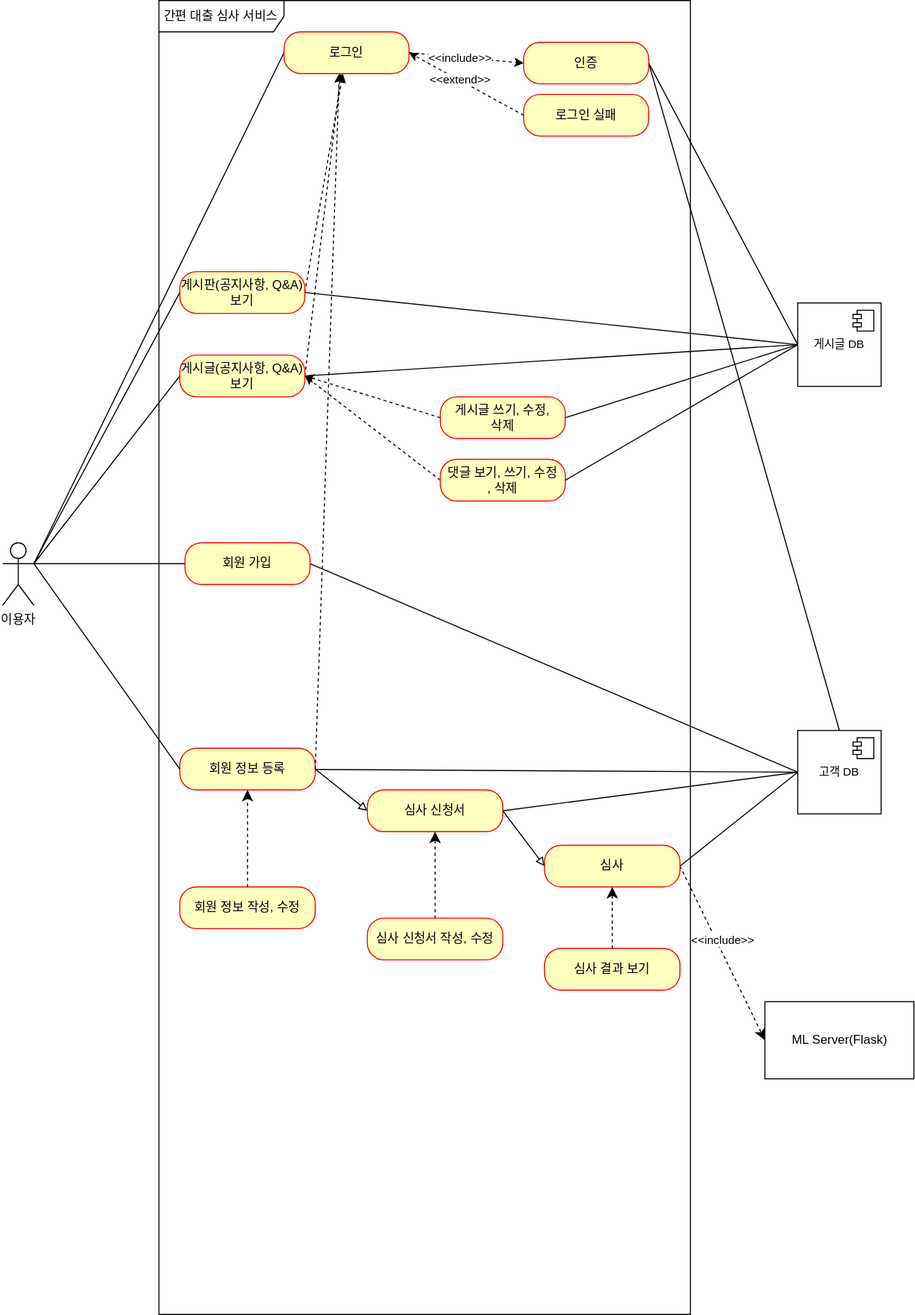
Above: document/할부금융 usecase.drawio.svg in MasterOfAglioEolio/auto-loan-project (draw.io), before the change. Source tidied: cells renumbered, new cells last; positions are measured from the earlier drawing's top-left corner, leaving out a move shared by most shapes.
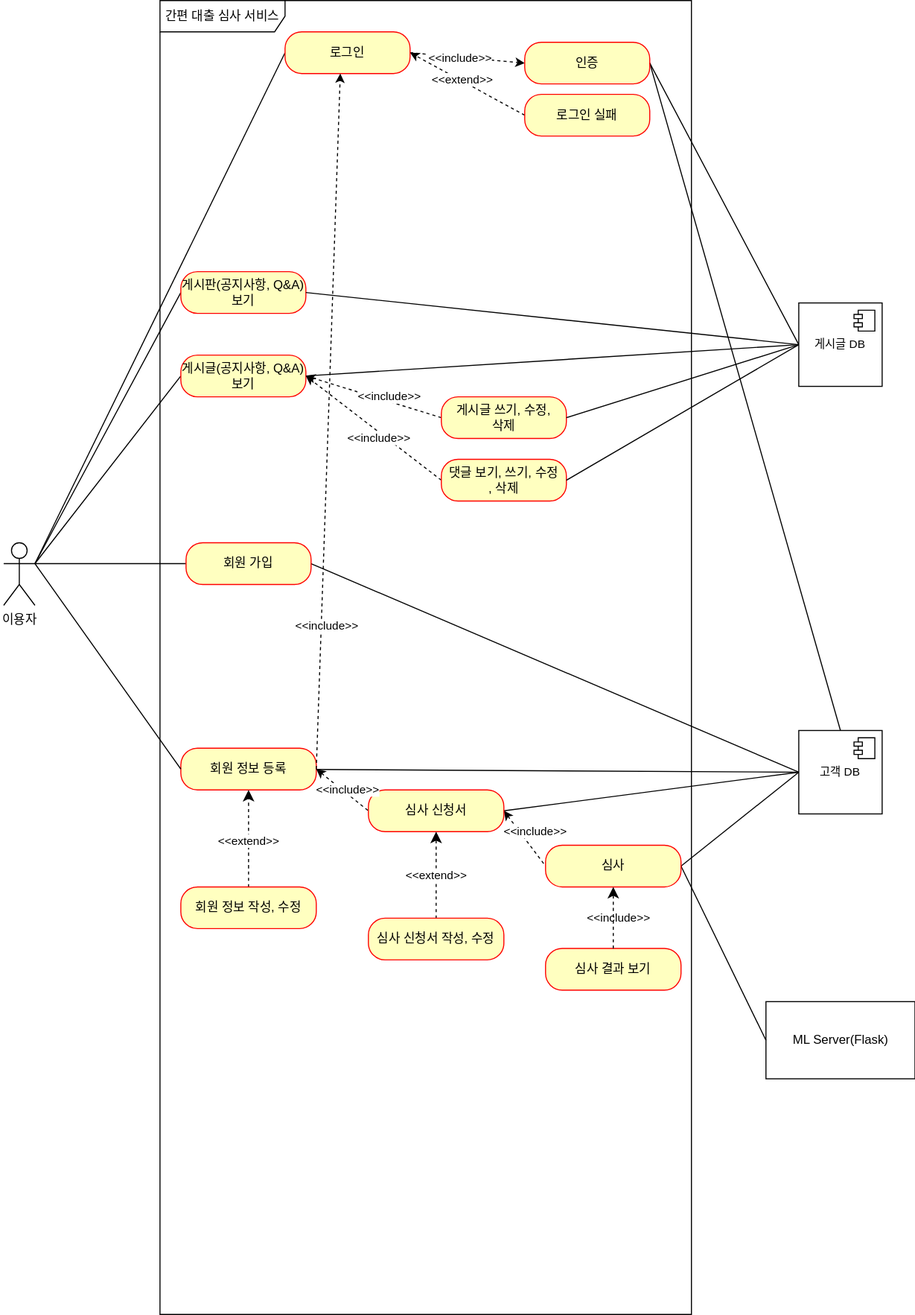
Above is the later version.

Commit message:
할부금융 usecase.drawio.svg 업데이트

Change to the diagram source:
```diff
@@ -29,15 +29,9 @@
     <mxCell id="10" value="회원 가입" style="rounded=1;whiteSpace=wrap;html=1;arcSize=40;fontColor=#000000;fillColor=#ffffc0;strokeColor=#ff0000;" parent="1" vertex="1">
       <mxGeometry x="175" y="520" width="120" height="40" as="geometry" />
     </mxCell>
-    <mxCell id="11" style="edgeStyle=none;shape=connector;rounded=0;jettySize=auto;html=1;exitX=1;exitY=0.5;exitDx=0;exitDy=0;labelBackgroundColor=default;strokeColor=default;fontFamily=Helvetica;fontSize=11;fontColor=default;endArrow=classic;endFill=1;dashed=1;" parent="1" edge="1" source="12" target="20">
-      <mxGeometry relative="1" as="geometry" />
-    </mxCell>
     <mxCell id="12" value="게시판(공지사항, Q&amp;amp;A) 보기" style="rounded=1;whiteSpace=wrap;html=1;arcSize=40;fontColor=#000000;fillColor=#ffffc0;strokeColor=#ff0000;" parent="1" vertex="1">
       <mxGeometry x="170" y="260" width="120" height="40" as="geometry" />
     </mxCell>
-    <mxCell id="13" style="edgeStyle=none;shape=connector;rounded=0;jettySize=auto;html=1;exitX=1;exitY=0.5;exitDx=0;exitDy=0;entryX=0.455;entryY=1.001;entryDx=0;entryDy=0;labelBackgroundColor=default;strokeColor=default;fontFamily=Helvetica;fontSize=11;fontColor=default;endArrow=classic;endFill=1;dashed=1;entryPerimeter=0;" parent="1" edge="1" source="14" target="20">
-      <mxGeometry relative="1" as="geometry" />
-    </mxCell>
     <mxCell id="14" value="게시글(공지사항, Q&amp;amp;A) 보기" style="rounded=1;whiteSpace=wrap;html=1;arcSize=40;fontColor=#000000;fillColor=#ffffc0;strokeColor=#ff0000;" parent="1" vertex="1">
       <mxGeometry x="170" y="340" width="120" height="40" as="geometry" />
     </mxCell>
@@ -128,10 +122,10 @@
         <mxPoint x="-27" y="7" as="offset" />
       </mxGeometry>
     </mxCell>
-    <mxCell id="42" style="endArrow=block;html=1;rounded=0;exitX=1;exitY=0.5;exitDx=0;exitDy=0;entryX=0;entryY=0.5;entryDx=0;entryDy=0;endFill=0;" parent="1" edge="1" source="44" target="50">
+    <mxCell id="42" style="endArrow=none;html=1;rounded=0;exitX=1;exitY=0.5;exitDx=0;exitDy=0;entryX=0;entryY=0.5;entryDx=0;entryDy=0;endFill=0;startArrow=classic;startFill=1;dashed=1;" parent="1" edge="1" source="44" target="50">
       <mxGeometry relative="1" as="geometry" />
     </mxCell>
-    <mxCell id="43" style="endArrow=block;html=1;rounded=0;exitX=1;exitY=0.5;exitDx=0;exitDy=0;entryX=0;entryY=0.5;entryDx=0;entryDy=0;endFill=0;" parent="1" edge="1" source="34" target="44">
+    <mxCell id="43" style="endArrow=none;html=1;rounded=0;exitX=1;exitY=0.5;exitDx=0;exitDy=0;entryX=0;entryY=0.5;entryDx=0;entryDy=0;endFill=0;startArrow=classic;startFill=1;dashed=1;" parent="1" edge="1" source="34" target="44">
       <mxGeometry relative="1" as="geometry" />
     </mxCell>
     <mxCell id="44" value="심사 신청서" style="rounded=1;whiteSpace=wrap;html=1;arcSize=40;fontColor=#000000;fillColor=#ffffc0;strokeColor=#ff0000;" parent="1" vertex="1">
@@ -149,14 +143,14 @@
     <mxCell id="48" value="회원 정보 작성, 수정" style="rounded=1;whiteSpace=wrap;html=1;arcSize=40;fontColor=#000000;fillColor=#ffffc0;strokeColor=#ff0000;" parent="1" vertex="1">
       <mxGeometry x="170" y="850" width="130" height="40" as="geometry" />
     </mxCell>
-    <mxCell id="49" style="edgeStyle=none;curved=1;rounded=0;jettySize=auto;html=1;exitX=1;exitY=0.5;exitDx=0;exitDy=0;entryX=0;entryY=0.5;entryDx=0;entryDy=0;fontSize=12;startSize=8;endSize=8;dashed=1;" parent="1" edge="1" source="50" target="2">
+    <mxCell id="49" style="edgeStyle=none;curved=1;rounded=0;jettySize=auto;html=1;exitX=1;exitY=0.5;exitDx=0;exitDy=0;entryX=0;entryY=0.5;entryDx=0;entryDy=0;fontSize=12;startSize=8;endSize=8;endArrow=none;endFill=0;" parent="1" edge="1" source="50" target="2">
       <mxGeometry relative="1" as="geometry" />
     </mxCell>
     <mxCell id="50" value="심사" style="rounded=1;whiteSpace=wrap;html=1;arcSize=40;fontColor=#000000;fillColor=#ffffc0;strokeColor=#ff0000;" parent="1" vertex="1">
       <mxGeometry x="520" y="810" width="130" height="40" as="geometry" />
     </mxCell>
     <mxCell id="51" value="&amp;lt;&amp;lt;include&amp;gt;&amp;gt;" style="edgeLabel;html=1;align=center;verticalAlign=middle;fontSize=11;fontFamily=Helvetica;fontColor=default;" parent="1" vertex="1">
-      <mxGeometry x="690" y="900" as="geometry" />
+      <mxGeometry x="590" y="880" as="geometry" />
     </mxCell>
     <mxCell id="52" value="심사 결과 보기" style="rounded=1;whiteSpace=wrap;html=1;arcSize=40;fontColor=#000000;fillColor=#ffffc0;strokeColor=#ff0000;" parent="1" vertex="1">
       <mxGeometry x="520" y="909" width="130" height="40" as="geometry" />
@@ -164,5 +158,30 @@
     <mxCell id="53" style="edgeStyle=none;curved=1;rounded=0;jettySize=auto;html=1;exitX=0.5;exitY=0;exitDx=0;exitDy=0;entryX=0.5;entryY=1;entryDx=0;entryDy=0;fontSize=12;startSize=8;endSize=8;dashed=1;" parent="1" edge="1" source="52" target="50">
       <mxGeometry relative="1" as="geometry" />
     </mxCell>
+    <mxCell id="54" value="&amp;lt;&amp;lt;include&amp;gt;&amp;gt;" style="edgeLabel;html=1;align=center;verticalAlign=middle;fontSize=11;fontFamily=Helvetica;fontColor=default;" parent="1" vertex="1">
+      <mxGeometry x="510" y="797" as="geometry" />
+    </mxCell>
+    <mxCell id="55" value="&amp;lt;&amp;lt;include&amp;gt;&amp;gt;" style="edgeLabel;html=1;align=center;verticalAlign=middle;fontSize=11;fontFamily=Helvetica;fontColor=default;" parent="1" vertex="1">
+      <mxGeometry x="330" y="757" as="geometry" />
+    </mxCell>
+    <mxCell id="56" value="&amp;lt;&amp;lt;extend&amp;gt;&amp;gt;" style="edgeLabel;html=1;align=center;verticalAlign=middle;fontSize=11;fontFamily=Helvetica;fontColor=default;" parent="1" vertex="1">
+      <mxGeometry x="460" y="810" as="geometry">
+        <mxPoint x="-45" y="29" as="offset" />
+      </mxGeometry>
+    </mxCell>
+    <mxCell id="57" value="&amp;lt;&amp;lt;extend&amp;gt;&amp;gt;" style="edgeLabel;html=1;align=center;verticalAlign=middle;fontSize=11;fontFamily=Helvetica;fontColor=default;" parent="1" vertex="1">
+      <mxGeometry x="280" y="777" as="geometry">
+        <mxPoint x="-45" y="29" as="offset" />
+      </mxGeometry>
+    </mxCell>
+    <mxCell id="58" value="&amp;lt;&amp;lt;include&amp;gt;&amp;gt;" style="edgeLabel;html=1;align=center;verticalAlign=middle;fontSize=11;fontFamily=Helvetica;fontColor=default;" parent="1" vertex="1">
+      <mxGeometry x="310" y="600" as="geometry" />
+    </mxCell>
+    <mxCell id="59" value="&amp;lt;&amp;lt;include&amp;gt;&amp;gt;" style="edgeLabel;html=1;align=center;verticalAlign=middle;fontSize=11;fontFamily=Helvetica;fontColor=default;" parent="1" vertex="1">
+      <mxGeometry x="370" y="380" as="geometry" />
+    </mxCell>
+    <mxCell id="60" value="&amp;lt;&amp;lt;include&amp;gt;&amp;gt;" style="edgeLabel;html=1;align=center;verticalAlign=middle;fontSize=11;fontFamily=Helvetica;fontColor=default;" parent="1" vertex="1">
+      <mxGeometry x="360" y="420" as="geometry" />
+    </mxCell>
   </root>
 </mxGraphModel>
```
